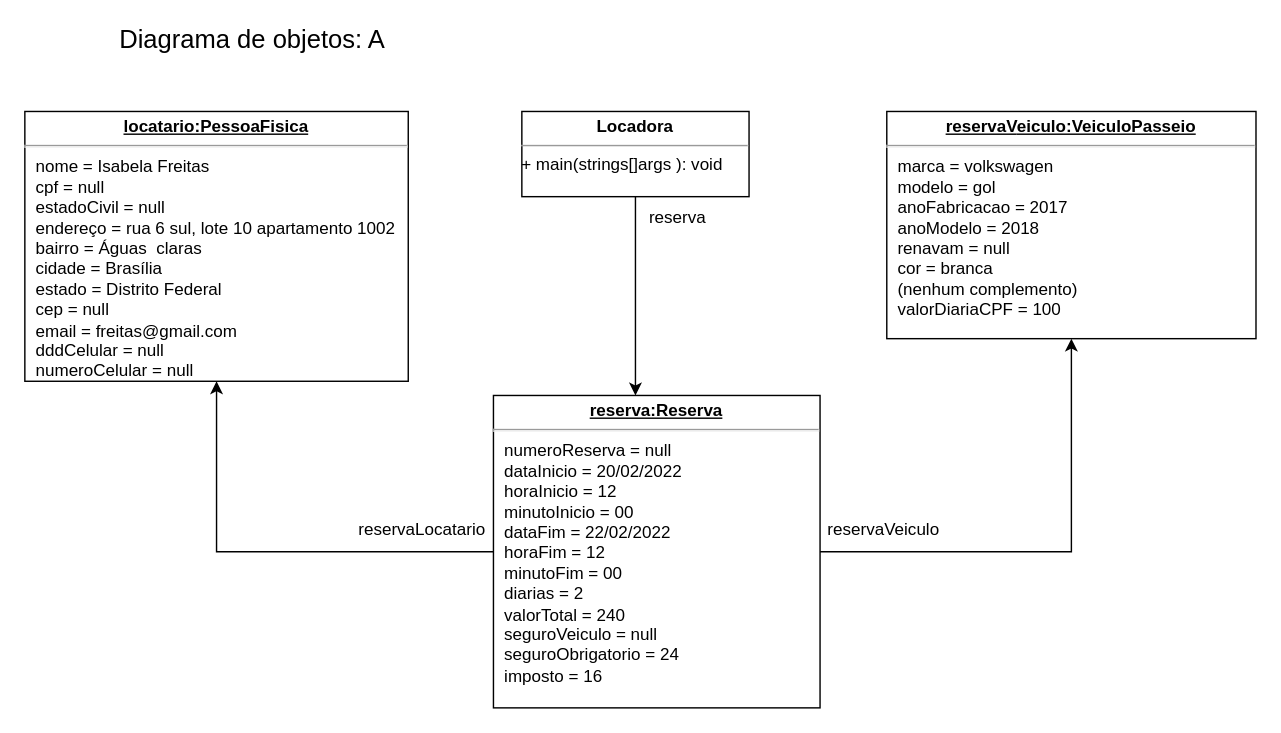
wildemberg-sales/projetoSistemaLocadora keeps this draw.io diagram as Diagrama de objetos_A.drawio. Above is the earlier version. Source tidied: cells renumbered, new cells numbered last; positions are measured from the earlier drawing's top-left corner, leaving out a move shared by most shapes. Both pictures are drawn from the tidied source at 142%, with x=0, y=0 at pixel (24, 26).
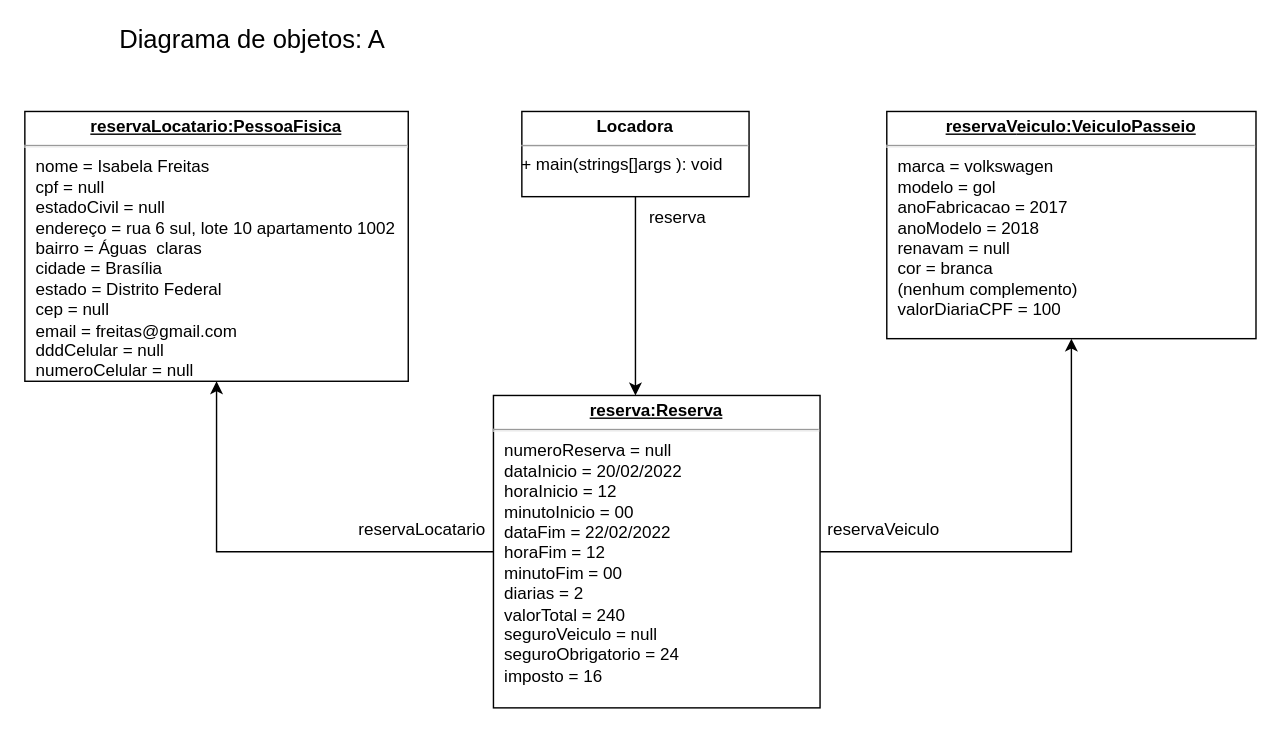
The same diagram, later.

What changed in the source:
```diff
@@
 <mxGraphModel>
   <root>
     <mxCell id="0" />
     <mxCell id="1" parent="0" />
-    <mxCell id="2" value="&lt;p style=&quot;margin: 0px ; margin-top: 4px ; text-align: center ; text-decoration: underline&quot;&gt;&lt;b&gt;locatario:PessoaFisica&lt;/b&gt;&lt;/p&gt;&lt;hr&gt;&lt;p style=&quot;margin: 0px ; margin-left: 8px&quot;&gt;nome = Isabela Freitas&lt;/p&gt;&lt;p style=&quot;margin: 0px ; margin-left: 8px&quot;&gt;cpf = null&lt;/p&gt;&lt;p style=&quot;margin: 0px ; margin-left: 8px&quot;&gt;estadoCivil = null&lt;/p&gt;&lt;p style=&quot;margin: 0px ; margin-left: 8px&quot;&gt;&lt;span&gt;endereço = rua 6 sul, lote 10 apartamento 1002&lt;/span&gt;&lt;/p&gt;&lt;p style=&quot;margin: 0px ; margin-left: 8px&quot;&gt;&lt;span&gt;bairro = Águas&amp;nbsp; claras&lt;/span&gt;&lt;/p&gt;&lt;p style=&quot;margin: 0px ; margin-left: 8px&quot;&gt;&lt;span&gt;cidade = Brasília&lt;/span&gt;&lt;/p&gt;&lt;p style=&quot;margin: 0px ; margin-left: 8px&quot;&gt;&lt;span&gt;estado = Distrito Federal&lt;/span&gt;&lt;/p&gt;&lt;p style=&quot;margin: 0px ; margin-left: 8px&quot;&gt;&lt;span&gt;cep = null&lt;/span&gt;&lt;/p&gt;&lt;p style=&quot;margin: 0px ; margin-left: 8px&quot;&gt;&lt;span&gt;email = freitas@gmail.com&lt;/span&gt;&lt;/p&gt;&lt;p style=&quot;margin: 0px ; margin-left: 8px&quot;&gt;&lt;span&gt;dddCelular = null&lt;/span&gt;&lt;/p&gt;&lt;p style=&quot;margin: 0px ; margin-left: 8px&quot;&gt;&lt;span&gt;numeroCelular = null&lt;/span&gt;&lt;/p&gt;&lt;p style=&quot;margin: 0px ; margin-left: 8px&quot;&gt;&lt;span&gt;&lt;br&gt;&lt;/span&gt;&lt;/p&gt;&lt;p style=&quot;margin: 0px ; margin-left: 8px&quot;&gt;&lt;br&gt;&lt;/p&gt;" style="verticalAlign=top;align=left;overflow=fill;fontSize=12;fontFamily=Helvetica;html=1;" parent="1" vertex="1">
+    <mxCell id="2" value="&lt;p style=&quot;margin: 0px ; margin-top: 4px ; text-align: center ; text-decoration: underline&quot;&gt;&lt;b&gt;reservaLocatario:PessoaFisica&lt;/b&gt;&lt;/p&gt;&lt;hr&gt;&lt;p style=&quot;margin: 0px ; margin-left: 8px&quot;&gt;nome = Isabela Freitas&lt;/p&gt;&lt;p style=&quot;margin: 0px ; margin-left: 8px&quot;&gt;cpf = null&lt;/p&gt;&lt;p style=&quot;margin: 0px ; margin-left: 8px&quot;&gt;estadoCivil = null&lt;/p&gt;&lt;p style=&quot;margin: 0px ; margin-left: 8px&quot;&gt;&lt;span&gt;endereço = rua 6 sul, lote 10 apartamento 1002&lt;/span&gt;&lt;/p&gt;&lt;p style=&quot;margin: 0px ; margin-left: 8px&quot;&gt;&lt;span&gt;bairro = Águas&amp;nbsp; claras&lt;/span&gt;&lt;/p&gt;&lt;p style=&quot;margin: 0px ; margin-left: 8px&quot;&gt;&lt;span&gt;cidade = Brasília&lt;/span&gt;&lt;/p&gt;&lt;p style=&quot;margin: 0px ; margin-left: 8px&quot;&gt;&lt;span&gt;estado = Distrito Federal&lt;/span&gt;&lt;/p&gt;&lt;p style=&quot;margin: 0px ; margin-left: 8px&quot;&gt;&lt;span&gt;cep = null&lt;/span&gt;&lt;/p&gt;&lt;p style=&quot;margin: 0px ; margin-left: 8px&quot;&gt;&lt;span&gt;email = freitas@gmail.com&lt;/span&gt;&lt;/p&gt;&lt;p style=&quot;margin: 0px ; margin-left: 8px&quot;&gt;&lt;span&gt;dddCelular = null&lt;/span&gt;&lt;/p&gt;&lt;p style=&quot;margin: 0px ; margin-left: 8px&quot;&gt;&lt;span&gt;numeroCelular = null&lt;/span&gt;&lt;/p&gt;&lt;p style=&quot;margin: 0px ; margin-left: 8px&quot;&gt;&lt;span&gt;&lt;br&gt;&lt;/span&gt;&lt;/p&gt;&lt;p style=&quot;margin: 0px ; margin-left: 8px&quot;&gt;&lt;br&gt;&lt;/p&gt;" style="verticalAlign=top;align=left;overflow=fill;fontSize=12;fontFamily=Helvetica;html=1;" parent="1" vertex="1">
       <mxGeometry y="60" width="270" height="190" as="geometry" />
     </mxCell>
     <mxCell id="3" value="&lt;p style=&quot;margin: 0px ; margin-top: 4px ; text-align: center ; text-decoration: underline&quot;&gt;&lt;b&gt;reservaV&lt;/b&gt;&lt;b&gt;eiculo:VeiculoPasseio&lt;/b&gt;&lt;/p&gt;&lt;hr&gt;&lt;p style=&quot;margin: 0px ; margin-left: 8px&quot;&gt;marca = volkswagen&lt;/p&gt;&lt;p style=&quot;margin: 0px ; margin-left: 8px&quot;&gt;modelo = gol&lt;/p&gt;&lt;p style=&quot;margin: 0px ; margin-left: 8px&quot;&gt;anoFabricacao = 2017&lt;/p&gt;&lt;p style=&quot;margin: 0px ; margin-left: 8px&quot;&gt;anoModelo = 2018&lt;/p&gt;&lt;p style=&quot;margin: 0px ; margin-left: 8px&quot;&gt;renavam = null&lt;/p&gt;&lt;p style=&quot;margin: 0px ; margin-left: 8px&quot;&gt;cor = branca&lt;/p&gt;&lt;p style=&quot;margin: 0px ; margin-left: 8px&quot;&gt;(nenhum complemento)&lt;/p&gt;&lt;p style=&quot;margin: 0px ; margin-left: 8px&quot;&gt;valorDiariaCPF = 100&amp;nbsp;&lt;/p&gt;" style="verticalAlign=top;align=left;overflow=fill;fontSize=12;fontFamily=Helvetica;html=1;" parent="1" vertex="1">
       <mxGeometry x="607" y="60" width="260" height="160" as="geometry" />
     </mxCell>
     <mxCell id="4" style="edgeStyle=orthogonalEdgeStyle;rounded=0;jettySize=auto;html=1;" parent="1" edge="1" source="6" target="3">
       <mxGeometry relative="1" as="geometry" />
     </mxCell>
     <mxCell id="5" style="edgeStyle=orthogonalEdgeStyle;rounded=0;jettySize=auto;html=1;" parent="1" edge="1" source="6" target="2">
       <mxGeometry relative="1" as="geometry" />
     </mxCell>
     <mxCell id="6" value="&lt;p style=&quot;margin: 0px ; margin-top: 4px ; text-align: center ; text-decoration: underline&quot;&gt;&lt;b&gt;reserva:Reserva&lt;/b&gt;&lt;/p&gt;&lt;hr&gt;&lt;p style=&quot;margin: 0px ; margin-left: 8px&quot;&gt;numeroReserva = null&lt;/p&gt;&lt;p style=&quot;margin: 0px ; margin-left: 8px&quot;&gt;dataInicio = 20/02/2022&lt;/p&gt;&lt;p style=&quot;margin: 0px ; margin-left: 8px&quot;&gt;horaInicio = 12&lt;/p&gt;&lt;p style=&quot;margin: 0px ; margin-left: 8px&quot;&gt;minutoInicio = 00&lt;/p&gt;&lt;p style=&quot;margin: 0px ; margin-left: 8px&quot;&gt;dataFim = 22/02/2022&lt;/p&gt;&lt;p style=&quot;margin: 0px ; margin-left: 8px&quot;&gt;horaFim = 12&lt;/p&gt;&lt;p style=&quot;margin: 0px ; margin-left: 8px&quot;&gt;minutoFim = 00&lt;/p&gt;&lt;p style=&quot;margin: 0px ; margin-left: 8px&quot;&gt;diarias = 2&lt;/p&gt;&lt;p style=&quot;margin: 0px ; margin-left: 8px&quot;&gt;valorTotal = 240&lt;/p&gt;&lt;p style=&quot;margin: 0px ; margin-left: 8px&quot;&gt;seguroVeiculo = null&lt;/p&gt;&lt;p style=&quot;margin: 0px ; margin-left: 8px&quot;&gt;seguroObrigatorio = 24&lt;/p&gt;&lt;p style=&quot;margin: 0px ; margin-left: 8px&quot;&gt;imposto = 16&amp;nbsp;&lt;/p&gt;" style="verticalAlign=top;align=left;overflow=fill;fontSize=12;fontFamily=Helvetica;html=1;" parent="1" vertex="1">
       <mxGeometry x="330" y="260" width="230" height="220" as="geometry" />
     </mxCell>
     <mxCell id="7" style="edgeStyle=orthogonalEdgeStyle;rounded=0;jettySize=auto;html=1;" parent="1" edge="1" source="8" target="6">
       <mxGeometry relative="1" as="geometry">
         <Array as="points">
           <mxPoint x="430" y="230" />
           <mxPoint x="430" y="230" />
         </Array>
       </mxGeometry>
     </mxCell>
     <mxCell id="8" value="&lt;p style=&quot;margin: 0px ; margin-top: 4px ; text-align: center&quot;&gt;&lt;b&gt;Locadora&lt;/b&gt;&lt;/p&gt;&lt;hr size=&quot;1&quot;&gt;&lt;div style=&quot;height: 2px&quot;&gt;+ main(strings[]args ): void&amp;nbsp;&lt;/div&gt;" style="verticalAlign=top;align=left;overflow=fill;fontSize=12;fontFamily=Helvetica;html=1;" parent="1" vertex="1">
       <mxGeometry x="350" y="60" width="160" height="60" as="geometry" />
     </mxCell>
     <mxCell id="9" value="&lt;font style=&quot;font-size: 18px&quot;&gt;Diagrama de objetos: A&lt;/font&gt;" style="text;html=1;align=center;verticalAlign=middle;strokeColor=none;fillColor=none;" parent="1" vertex="1">
       <mxGeometry x="60" width="200" height="20" as="geometry" />
     </mxCell>
     <mxCell id="10" value="reserva" style="text;html=1;strokeColor=none;fillColor=none;align=center;verticalAlign=middle;whiteSpace=wrap;rounded=0;" parent="1" vertex="1">
       <mxGeometry x="430" y="120" width="60" height="30" as="geometry" />
     </mxCell>
     <mxCell id="11" value="reservaVeiculo" style="text;html=1;strokeColor=none;fillColor=none;align=center;verticalAlign=middle;whiteSpace=wrap;rounded=0;" parent="1" vertex="1">
       <mxGeometry x="560" y="340" width="90" height="30" as="geometry" />
     </mxCell>
     <mxCell id="12" value="reservaLocatario" style="text;html=1;strokeColor=none;fillColor=none;align=center;verticalAlign=middle;whiteSpace=wrap;rounded=0;" parent="1" vertex="1">
       <mxGeometry x="230" y="340" width="100" height="30" as="geometry" />
     </mxCell>
   </root>
 </mxGraphModel>
```
